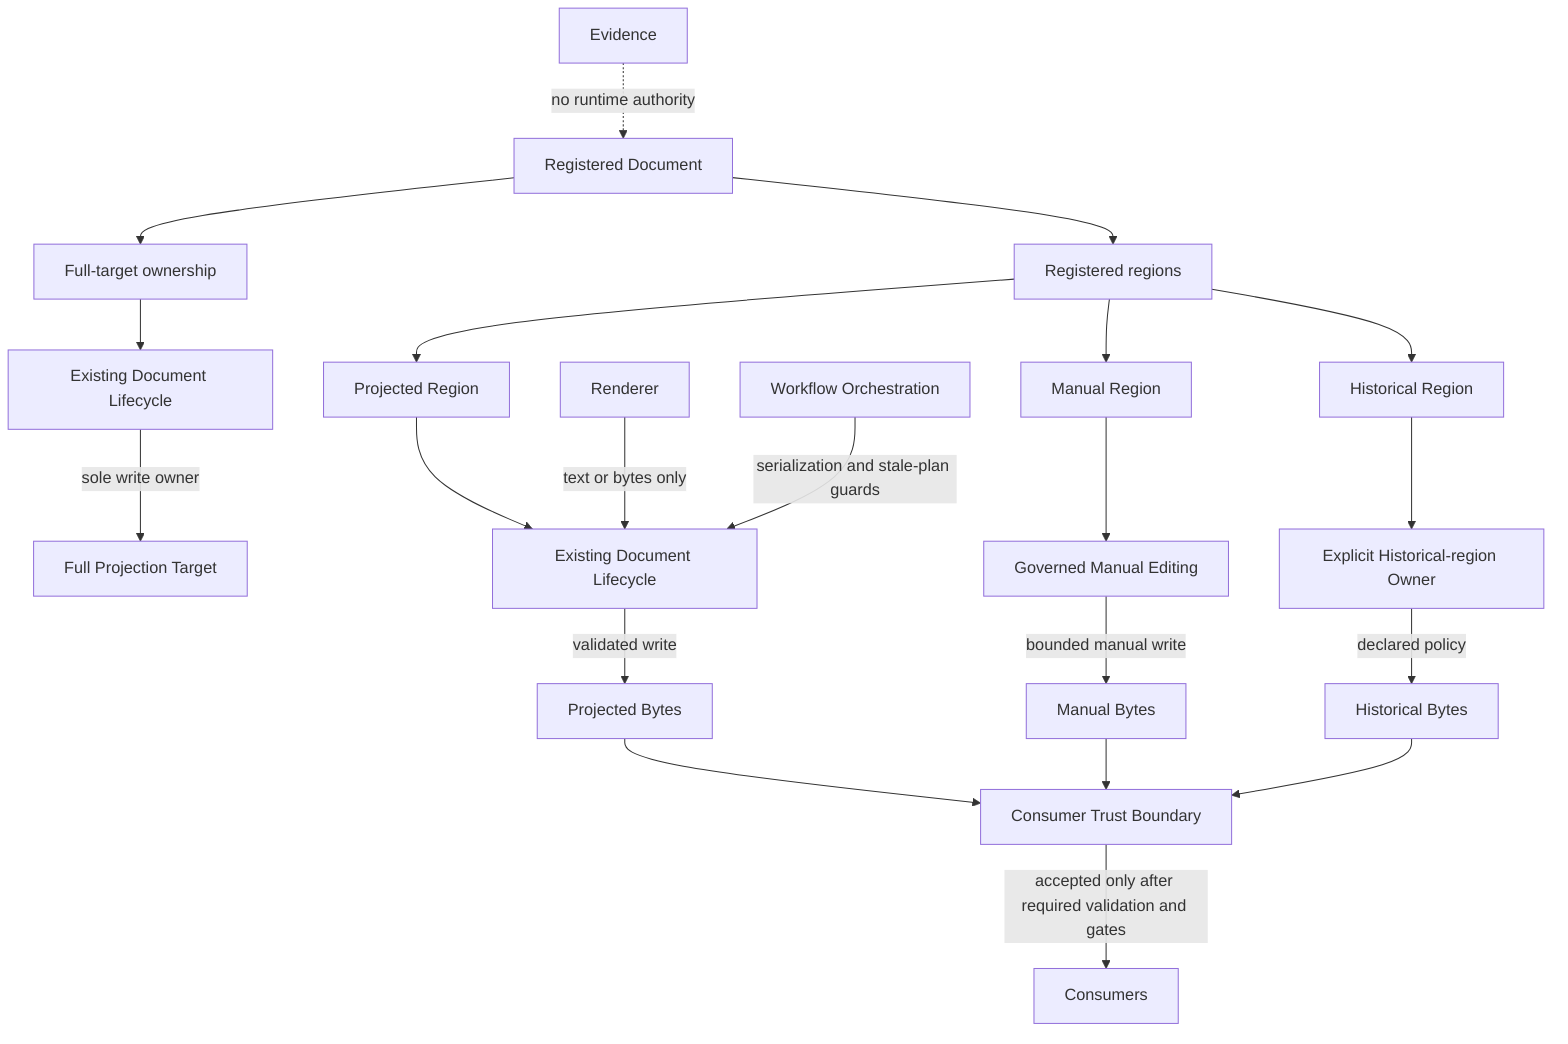
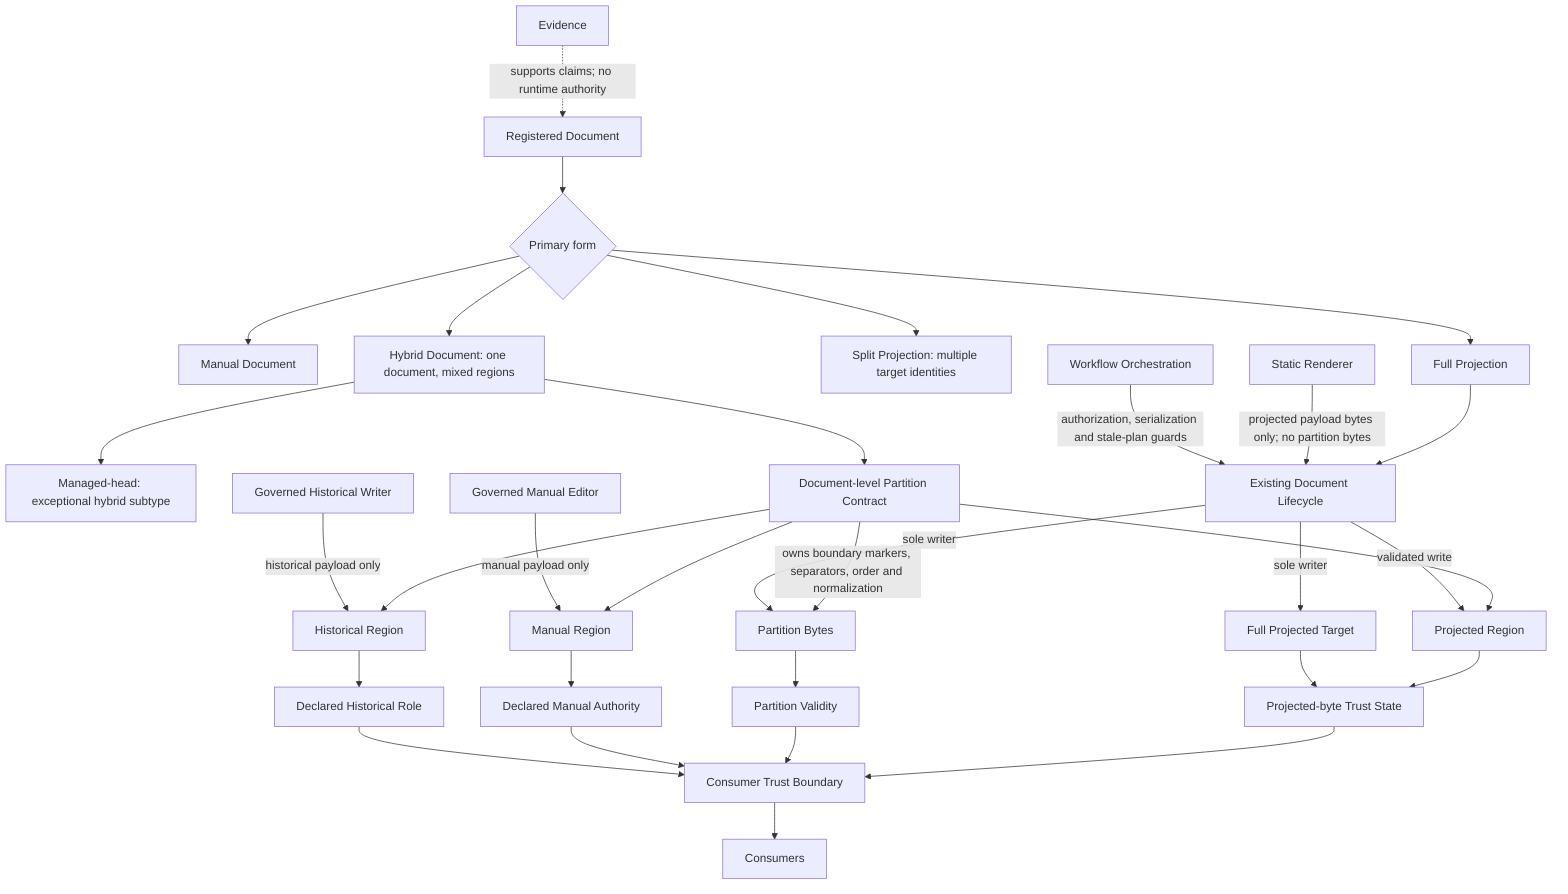
flowchart TD
  DOC[Registered Document]
-   DOC --> FULL[Full-target ownership]
-   DOC --> REGIONS[Registered regions]
+   DOC --> FORM{Primary form}
+   FORM --> MAN[Manual Document]
+   FORM --> FULL[Full Projection]
+   FORM --> SPLIT[Split Projection: multiple target identities]
+   FORM --> HYB[Hybrid Document: one document, mixed regions]
+   HYB --> MH[Managed-head: exceptional hybrid subtype]

  FULL --> FL[Existing Document Lifecycle]
-   FL -->|sole write owner| FT[Full Projection Target]
+   FL -->|sole writer| FT[Full Projected Target]

-   REGIONS --> PR[Projected Region]
-   REGIONS --> MR[Manual Region]
-   REGIONS --> HR[Historical Region]
+   HYB --> PART[Document-level Partition Contract]
+   PART -->|owns boundary markers, separators, order and normalization| PB[Partition Bytes]
+   PART --> PR[Projected Region]
+   PART --> MR[Manual Region]
+   PART --> HR[Historical Region]

-   PR --> PL[Existing Document Lifecycle]
-   MR --> GM[Governed Manual Editing]
-   HR --> HO[Explicit Historical-region Owner]
+   FL -->|sole writer| PB
+   FL -->|validated write| PR
+   GM[Governed Manual Editor] -->|manual payload only| MR
+   GH[Governed Historical Writer] -->|historical payload only| HR

-   PL -->|validated write| PT[Projected Bytes]
-   GM -->|bounded manual write| MT[Manual Bytes]
-   HO -->|declared policy| HT[Historical Bytes]
+   R[Static Renderer] -->|projected payload bytes only; no partition bytes| FL
+   WF[Workflow Orchestration] -->|authorization, serialization and stale-plan guards| FL

-   PT --> CTB[Consumer Trust Boundary]
-   MT --> CTB
-   HT --> CTB
+   PR --> TS[Projected-byte Trust State]
+   FT --> TS
+   PB --> PV[Partition Validity]
+   MR --> MA[Declared Manual Authority]
+   HR --> HA[Declared Historical Role]

-   CTB -->|accepted only after required validation and gates| C[Consumers]
+   TS --> CTB[Consumer Trust Boundary]
+   PV --> CTB
+   MA --> CTB
+   HA --> CTB
+   CTB --> C[Consumers]

-   R[Renderer] -->|text or bytes only| PL
-   WF[Workflow Orchestration] -->|serialization and stale-plan guards| PL
-   E[Evidence] -. no runtime authority .-> DOC
+   E[Evidence] -. supports claims; no runtime authority .-> DOC
